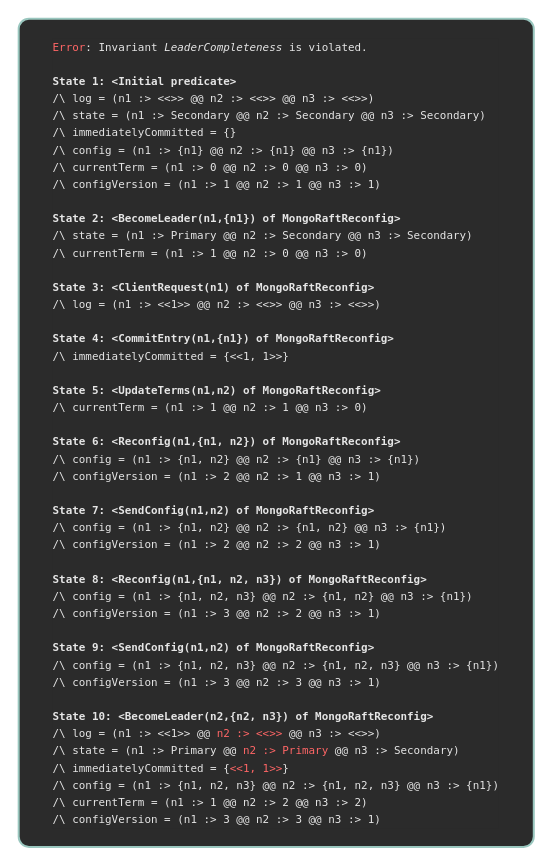
Earlier version of the draw.io diagram page "t3" (2 of 8) of traces/traces.drawio (will62794/reconfig-traces). Source tidied: cells renumbered, new cells numbered last; positions are measured from the earlier drawing's top-left corner, leaving out a move shared by most shapes. Both pictures are drawn from the tidied source at 101%, with x=0, y=0 at pixel (18, 18).
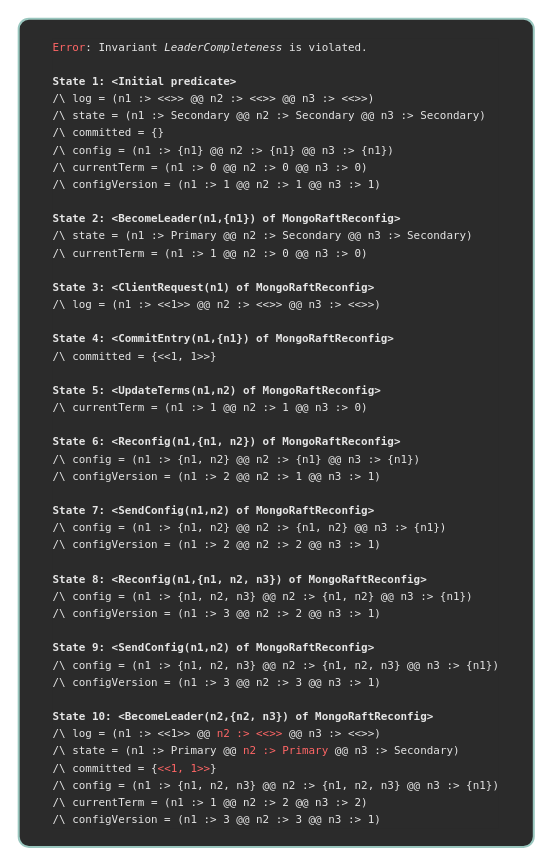
The same page after the edit.

The edit, as a diff of the source:
```diff
@@
 <mxGraphModel>
   <root>
     <mxCell id="0" />
     <mxCell id="1" parent="0" />
-    <mxCell id="2" value="&lt;div style=&quot;background-color: rgb(43, 43, 43); line-height: 16px;&quot;&gt;&lt;div style=&quot;text-align: left;&quot;&gt;&lt;font face=&quot;Menlo, Monaco, Courier New, monospace&quot;&gt;&lt;span style=&quot;font-size: 10.8px; white-space: pre;&quot;&gt;&lt;font style=&quot;color: rgb(255, 102, 102);&quot;&gt;Error&lt;/font&gt;&lt;font color=&quot;#e6e6e6&quot;&gt;: Invariant &lt;/font&gt;&lt;i style=&quot;color: rgb(230, 230, 230);&quot;&gt;LeaderCompleteness&lt;/i&gt;&lt;font color=&quot;#e6e6e6&quot;&gt; is violated.&lt;br&gt;&lt;/font&gt;&lt;b style=&quot;color: rgb(230, 230, 230);&quot;&gt;&lt;br&gt;&lt;/b&gt;&lt;/span&gt;&lt;/font&gt;&lt;/div&gt;&lt;div style=&quot;text-align: left;&quot;&gt;&lt;font face=&quot;Menlo, Monaco, Courier New, monospace&quot;&gt;&lt;span style=&quot;font-size: 10.8px; white-space: pre;&quot;&gt;&lt;b style=&quot;color: rgb(230, 230, 230);&quot;&gt;State 1: &amp;lt;Initial predicate&amp;gt;&lt;br&gt;&lt;/b&gt;&lt;font color=&quot;#e6e6e6&quot;&gt;/\ log = (n1 :&amp;gt; &amp;lt;&amp;lt;&amp;gt;&amp;gt; @@ n2 :&amp;gt; &amp;lt;&amp;lt;&amp;gt;&amp;gt; @@ n3 :&amp;gt; &amp;lt;&amp;lt;&amp;gt;&amp;gt;)&lt;br&gt;/\ state = (n1 :&amp;gt; Secondary @@ n2 :&amp;gt; Secondary @@ n3 :&amp;gt; Secondary)&lt;br&gt;/\ immediatelyCommitted = {}&lt;br&gt;/\ config = (n1 :&amp;gt; {n1} @@ n2 :&amp;gt; {n1} @@ n3 :&amp;gt; {n1})&lt;br&gt;/\ currentTerm = (n1 :&amp;gt; 0 @@ n2 :&amp;gt; 0 @@ n3 :&amp;gt; 0)&lt;br&gt;/\ configVersion = (n1 :&amp;gt; 1 @@ n2 :&amp;gt; 1 @@ n3 :&amp;gt; 1)&lt;br&gt;&lt;br&gt;&lt;/font&gt;&lt;b style=&quot;color: rgb(230, 230, 230);&quot;&gt;State 2: &amp;lt;BecomeLeader(n1,{n1}) of MongoRaftReconfig&amp;gt;&lt;br&gt;&lt;/b&gt;&lt;font color=&quot;#e6e6e6&quot;&gt;/\ state = (n1 :&amp;gt; Primary @@ n2 :&amp;gt; Secondary @@ n3 :&amp;gt; Secondary)&lt;br&gt;/\ currentTerm = (n1 :&amp;gt; 1 @@ n2 :&amp;gt; 0 @@ n3 :&amp;gt; 0)&lt;br&gt;&lt;br&gt;&lt;/font&gt;&lt;b style=&quot;color: rgb(230, 230, 230);&quot;&gt;State 3: &amp;lt;ClientRequest(n1) of MongoRaftReconfig&amp;gt;&lt;br&gt;&lt;/b&gt;&lt;font color=&quot;#e6e6e6&quot;&gt;/\ log = (n1 :&amp;gt; &amp;lt;&amp;lt;1&amp;gt;&amp;gt; @@ n2 :&amp;gt; &amp;lt;&amp;lt;&amp;gt;&amp;gt; @@ n3 :&amp;gt; &amp;lt;&amp;lt;&amp;gt;&amp;gt;)&lt;br&gt;&lt;br&gt;&lt;/font&gt;&lt;b style=&quot;color: rgb(230, 230, 230);&quot;&gt;State 4: &amp;lt;CommitEntry(n1,{n1}) of MongoRaftReconfig&amp;gt;&lt;br&gt;&lt;/b&gt;&lt;font color=&quot;#e6e6e6&quot;&gt;/\ immediatelyCommitted = {&amp;lt;&amp;lt;1, 1&amp;gt;&amp;gt;}&lt;br&gt;&lt;br&gt;&lt;/font&gt;&lt;b style=&quot;color: rgb(230, 230, 230);&quot;&gt;State 5: &amp;lt;UpdateTerms(n1,n2) of MongoRaftReconfig&amp;gt;&lt;br&gt;&lt;/b&gt;&lt;font color=&quot;#e6e6e6&quot;&gt;/\ currentTerm = (n1 :&amp;gt; 1 @@ n2 :&amp;gt; 1 @@ n3 :&amp;gt; 0)&lt;br&gt;&lt;br&gt;&lt;/font&gt;&lt;b style=&quot;color: rgb(230, 230, 230);&quot;&gt;State 6: &amp;lt;Reconfig(n1,{n1, n2}) of MongoRaftReconfig&amp;gt;&lt;br&gt;&lt;/b&gt;&lt;font color=&quot;#e6e6e6&quot;&gt;/\ config = (n1 :&amp;gt; {n1, n2} @@ n2 :&amp;gt; {n1} @@ n3 :&amp;gt; {n1})&lt;br&gt;/\ configVersion = (n1 :&amp;gt; 2 @@ n2 :&amp;gt; 1 @@ n3 :&amp;gt; 1)&lt;br&gt;&lt;br&gt;&lt;/font&gt;&lt;b style=&quot;color: rgb(230, 230, 230);&quot;&gt;State 7: &amp;lt;SendConfig(n1,n2) of MongoRaftReconfig&amp;gt;&lt;br&gt;&lt;/b&gt;&lt;font color=&quot;#e6e6e6&quot;&gt;/\ config = (n1 :&amp;gt; {n1, n2} @@ n2 :&amp;gt; {n1, n2} @@ n3 :&amp;gt; {n1})&lt;br&gt;/\ configVersion = (n1 :&amp;gt; 2 @@ n2 :&amp;gt; 2 @@ n3 :&amp;gt; 1)&lt;br&gt;&lt;br&gt;&lt;/font&gt;&lt;b style=&quot;color: rgb(230, 230, 230);&quot;&gt;State 8: &amp;lt;Reconfig(n1,{n1, n2, n3}) of MongoRaftReconfig&amp;gt;&lt;br&gt;&lt;/b&gt;&lt;font color=&quot;#e6e6e6&quot;&gt;/\ config = (n1 :&amp;gt; {n1, n2, n3} @@ n2 :&amp;gt; {n1, n2} @@ n3 :&amp;gt; {n1})&lt;br&gt;/\ configVersion = (n1 :&amp;gt; 3 @@ n2 :&amp;gt; 2 @@ n3 :&amp;gt; 1)&lt;br&gt;&lt;br&gt;&lt;/font&gt;&lt;b style=&quot;color: rgb(230, 230, 230);&quot;&gt;State 9: &amp;lt;SendConfig(n1,n2) of MongoRaftReconfig&amp;gt;&lt;br&gt;&lt;/b&gt;&lt;font color=&quot;#e6e6e6&quot;&gt;/\ config = (n1 :&amp;gt; {n1, n2, n3} @@ n2 :&amp;gt; {n1, n2, n3} @@ n3 :&amp;gt; {n1})&lt;br&gt;/\ configVersion = (n1 :&amp;gt; 3 @@ n2 :&amp;gt; 3 @@ n3 :&amp;gt; 1)&lt;br&gt;&lt;br&gt;&lt;/font&gt;&lt;b style=&quot;color: rgb(230, 230, 230);&quot;&gt;State 10: &amp;lt;BecomeLeader(n2,{n2, n3}) of MongoRaftReconfig&amp;gt;&lt;br&gt;&lt;/b&gt;&lt;font color=&quot;#e6e6e6&quot;&gt;/\ log = (n1 :&amp;gt; &amp;lt;&amp;lt;1&amp;gt;&amp;gt; @@ &lt;/font&gt;&lt;font style=&quot;color: rgb(255, 102, 102);&quot;&gt;n2 :&amp;gt; &amp;lt;&amp;lt;&amp;gt;&amp;gt;&lt;/font&gt;&lt;font color=&quot;#e6e6e6&quot;&gt; @@ n3 :&amp;gt; &amp;lt;&amp;lt;&amp;gt;&amp;gt;)&lt;br&gt;/\ state = (n1 :&amp;gt; Primary @@ &lt;/font&gt;&lt;font style=&quot;color: rgb(255, 102, 102);&quot;&gt;n2 :&amp;gt; Primary &lt;/font&gt;&lt;font color=&quot;#e6e6e6&quot;&gt;@@ n3 :&amp;gt; Secondary)&lt;br&gt;/\ immediatelyCommitted = {&lt;/font&gt;&lt;font style=&quot;color: rgb(255, 102, 102);&quot;&gt;&amp;lt;&amp;lt;1, 1&amp;gt;&amp;gt;&lt;/font&gt;&lt;font color=&quot;#e6e6e6&quot;&gt;}&lt;br&gt;/\ config = (n1 :&amp;gt; {n1, n2, n3} @@ n2 :&amp;gt; {n1, n2, n3} @@ n3 :&amp;gt; {n1})&lt;br&gt;/\ currentTerm = (n1 :&amp;gt; 1 @@ n2 :&amp;gt; 2 @@ n3 :&amp;gt; 2)&lt;br&gt;/\ configVersion = (n1 :&amp;gt; 3 @@ n2 :&amp;gt; 3 @@ n3 :&amp;gt; 1)&lt;/font&gt;&lt;/span&gt;&lt;/font&gt;&lt;span style=&quot;color: rgb(169, 183, 198); font-family: Menlo, Monaco, &amp;quot;Courier New&amp;quot;, monospace; font-size: 10.8px; white-space: pre;&quot;&gt;&lt;br&gt;&lt;/span&gt;&lt;/div&gt;&lt;/div&gt;" style="text;html=1;align=center;verticalAlign=middle;whiteSpace=wrap;rounded=1;strokeColor=#9AC7BF;fillColor=light-dark(#2B2B2B,#282A35);gradientColor=none;arcSize=2;strokeWidth=2;" parent="1" vertex="1">
+    <mxCell id="2" value="&lt;div style=&quot;background-color: rgb(43, 43, 43); line-height: 16px;&quot;&gt;&lt;div style=&quot;text-align: left;&quot;&gt;&lt;font face=&quot;Menlo, Monaco, Courier New, monospace&quot;&gt;&lt;span style=&quot;font-size: 10.8px; white-space: pre;&quot;&gt;&lt;font style=&quot;color: rgb(255, 102, 102);&quot;&gt;Error&lt;/font&gt;&lt;font color=&quot;#e6e6e6&quot;&gt;: Invariant &lt;/font&gt;&lt;i style=&quot;color: rgb(230, 230, 230);&quot;&gt;LeaderCompleteness&lt;/i&gt;&lt;font color=&quot;#e6e6e6&quot;&gt; is violated.&lt;br&gt;&lt;/font&gt;&lt;b style=&quot;color: rgb(230, 230, 230);&quot;&gt;&lt;br&gt;&lt;/b&gt;&lt;/span&gt;&lt;/font&gt;&lt;/div&gt;&lt;div style=&quot;text-align: left;&quot;&gt;&lt;font face=&quot;Menlo, Monaco, Courier New, monospace&quot;&gt;&lt;span style=&quot;font-size: 10.8px; white-space: pre;&quot;&gt;&lt;b style=&quot;color: rgb(230, 230, 230);&quot;&gt;State 1: &amp;lt;Initial predicate&amp;gt;&lt;br&gt;&lt;/b&gt;&lt;font color=&quot;#e6e6e6&quot;&gt;/\ log = (n1 :&amp;gt; &amp;lt;&amp;lt;&amp;gt;&amp;gt; @@ n2 :&amp;gt; &amp;lt;&amp;lt;&amp;gt;&amp;gt; @@ n3 :&amp;gt; &amp;lt;&amp;lt;&amp;gt;&amp;gt;)&lt;br&gt;/\ state = (n1 :&amp;gt; Secondary @@ n2 :&amp;gt; Secondary @@ n3 :&amp;gt; Secondary)&lt;br&gt;/\ committed = {}&lt;br&gt;/\ config = (n1 :&amp;gt; {n1} @@ n2 :&amp;gt; {n1} @@ n3 :&amp;gt; {n1})&lt;br&gt;/\ currentTerm = (n1 :&amp;gt; 0 @@ n2 :&amp;gt; 0 @@ n3 :&amp;gt; 0)&lt;br&gt;/\ configVersion = (n1 :&amp;gt; 1 @@ n2 :&amp;gt; 1 @@ n3 :&amp;gt; 1)&lt;br&gt;&lt;br&gt;&lt;/font&gt;&lt;b style=&quot;color: rgb(230, 230, 230);&quot;&gt;State 2: &amp;lt;BecomeLeader(n1,{n1}) of MongoRaftReconfig&amp;gt;&lt;br&gt;&lt;/b&gt;&lt;font color=&quot;#e6e6e6&quot;&gt;/\ state = (n1 :&amp;gt; Primary @@ n2 :&amp;gt; Secondary @@ n3 :&amp;gt; Secondary)&lt;br&gt;/\ currentTerm = (n1 :&amp;gt; 1 @@ n2 :&amp;gt; 0 @@ n3 :&amp;gt; 0)&lt;br&gt;&lt;br&gt;&lt;/font&gt;&lt;b style=&quot;color: rgb(230, 230, 230);&quot;&gt;State 3: &amp;lt;ClientRequest(n1) of MongoRaftReconfig&amp;gt;&lt;br&gt;&lt;/b&gt;&lt;font color=&quot;#e6e6e6&quot;&gt;/\ log = (n1 :&amp;gt; &amp;lt;&amp;lt;1&amp;gt;&amp;gt; @@ n2 :&amp;gt; &amp;lt;&amp;lt;&amp;gt;&amp;gt; @@ n3 :&amp;gt; &amp;lt;&amp;lt;&amp;gt;&amp;gt;)&lt;br&gt;&lt;br&gt;&lt;/font&gt;&lt;b style=&quot;color: rgb(230, 230, 230);&quot;&gt;State 4: &amp;lt;CommitEntry(n1,{n1}) of MongoRaftReconfig&amp;gt;&lt;br&gt;&lt;/b&gt;&lt;font color=&quot;#e6e6e6&quot;&gt;/\ committed = {&amp;lt;&amp;lt;1, 1&amp;gt;&amp;gt;}&lt;br&gt;&lt;br&gt;&lt;/font&gt;&lt;b style=&quot;color: rgb(230, 230, 230);&quot;&gt;State 5: &amp;lt;UpdateTerms(n1,n2) of MongoRaftReconfig&amp;gt;&lt;br&gt;&lt;/b&gt;&lt;font color=&quot;#e6e6e6&quot;&gt;/\ currentTerm = (n1 :&amp;gt; 1 @@ n2 :&amp;gt; 1 @@ n3 :&amp;gt; 0)&lt;br&gt;&lt;br&gt;&lt;/font&gt;&lt;b style=&quot;color: rgb(230, 230, 230);&quot;&gt;State 6: &amp;lt;Reconfig(n1,{n1, n2}) of MongoRaftReconfig&amp;gt;&lt;br&gt;&lt;/b&gt;&lt;font color=&quot;#e6e6e6&quot;&gt;/\ config = (n1 :&amp;gt; {n1, n2} @@ n2 :&amp;gt; {n1} @@ n3 :&amp;gt; {n1})&lt;br&gt;/\ configVersion = (n1 :&amp;gt; 2 @@ n2 :&amp;gt; 1 @@ n3 :&amp;gt; 1)&lt;br&gt;&lt;br&gt;&lt;/font&gt;&lt;b style=&quot;color: rgb(230, 230, 230);&quot;&gt;State 7: &amp;lt;SendConfig(n1,n2) of MongoRaftReconfig&amp;gt;&lt;br&gt;&lt;/b&gt;&lt;font color=&quot;#e6e6e6&quot;&gt;/\ config = (n1 :&amp;gt; {n1, n2} @@ n2 :&amp;gt; {n1, n2} @@ n3 :&amp;gt; {n1})&lt;br&gt;/\ configVersion = (n1 :&amp;gt; 2 @@ n2 :&amp;gt; 2 @@ n3 :&amp;gt; 1)&lt;br&gt;&lt;br&gt;&lt;/font&gt;&lt;b style=&quot;color: rgb(230, 230, 230);&quot;&gt;State 8: &amp;lt;Reconfig(n1,{n1, n2, n3}) of MongoRaftReconfig&amp;gt;&lt;br&gt;&lt;/b&gt;&lt;font color=&quot;#e6e6e6&quot;&gt;/\ config = (n1 :&amp;gt; {n1, n2, n3} @@ n2 :&amp;gt; {n1, n2} @@ n3 :&amp;gt; {n1})&lt;br&gt;/\ configVersion = (n1 :&amp;gt; 3 @@ n2 :&amp;gt; 2 @@ n3 :&amp;gt; 1)&lt;br&gt;&lt;br&gt;&lt;/font&gt;&lt;b style=&quot;color: rgb(230, 230, 230);&quot;&gt;State 9: &amp;lt;SendConfig(n1,n2) of MongoRaftReconfig&amp;gt;&lt;br&gt;&lt;/b&gt;&lt;font color=&quot;#e6e6e6&quot;&gt;/\ config = (n1 :&amp;gt; {n1, n2, n3} @@ n2 :&amp;gt; {n1, n2, n3} @@ n3 :&amp;gt; {n1})&lt;br&gt;/\ configVersion = (n1 :&amp;gt; 3 @@ n2 :&amp;gt; 3 @@ n3 :&amp;gt; 1)&lt;br&gt;&lt;br&gt;&lt;/font&gt;&lt;b style=&quot;color: rgb(230, 230, 230);&quot;&gt;State 10: &amp;lt;BecomeLeader(n2,{n2, n3}) of MongoRaftReconfig&amp;gt;&lt;br&gt;&lt;/b&gt;&lt;font color=&quot;#e6e6e6&quot;&gt;/\ log = (n1 :&amp;gt; &amp;lt;&amp;lt;1&amp;gt;&amp;gt; @@ &lt;/font&gt;&lt;font style=&quot;color: rgb(255, 102, 102);&quot;&gt;n2 :&amp;gt; &amp;lt;&amp;lt;&amp;gt;&amp;gt;&lt;/font&gt;&lt;font color=&quot;#e6e6e6&quot;&gt; @@ n3 :&amp;gt; &amp;lt;&amp;lt;&amp;gt;&amp;gt;)&lt;br&gt;/\ state = (n1 :&amp;gt; Primary @@ &lt;/font&gt;&lt;font style=&quot;color: rgb(255, 102, 102);&quot;&gt;n2 :&amp;gt; Primary &lt;/font&gt;&lt;font color=&quot;#e6e6e6&quot;&gt;@@ n3 :&amp;gt; Secondary)&lt;br&gt;/\ committed = {&lt;/font&gt;&lt;font style=&quot;color: rgb(255, 102, 102);&quot;&gt;&amp;lt;&amp;lt;1, 1&amp;gt;&amp;gt;&lt;/font&gt;&lt;font color=&quot;#e6e6e6&quot;&gt;}&lt;br&gt;/\ config = (n1 :&amp;gt; {n1, n2, n3} @@ n2 :&amp;gt; {n1, n2, n3} @@ n3 :&amp;gt; {n1})&lt;br&gt;/\ currentTerm = (n1 :&amp;gt; 1 @@ n2 :&amp;gt; 2 @@ n3 :&amp;gt; 2)&lt;br&gt;/\ configVersion = (n1 :&amp;gt; 3 @@ n2 :&amp;gt; 3 @@ n3 :&amp;gt; 1)&lt;/font&gt;&lt;/span&gt;&lt;/font&gt;&lt;span style=&quot;color: rgb(169, 183, 198); font-family: Menlo, Monaco, &amp;quot;Courier New&amp;quot;, monospace; font-size: 10.8px; white-space: pre;&quot;&gt;&lt;br&gt;&lt;/span&gt;&lt;/div&gt;&lt;/div&gt;" style="text;html=1;align=center;verticalAlign=middle;whiteSpace=wrap;rounded=1;strokeColor=#9AC7BF;fillColor=light-dark(#2B2B2B,#282A35);gradientColor=none;arcSize=2;strokeWidth=2;" parent="1" vertex="1">
       <mxGeometry width="510" height="820" as="geometry" />
     </mxCell>
   </root>
 </mxGraphModel>
```
